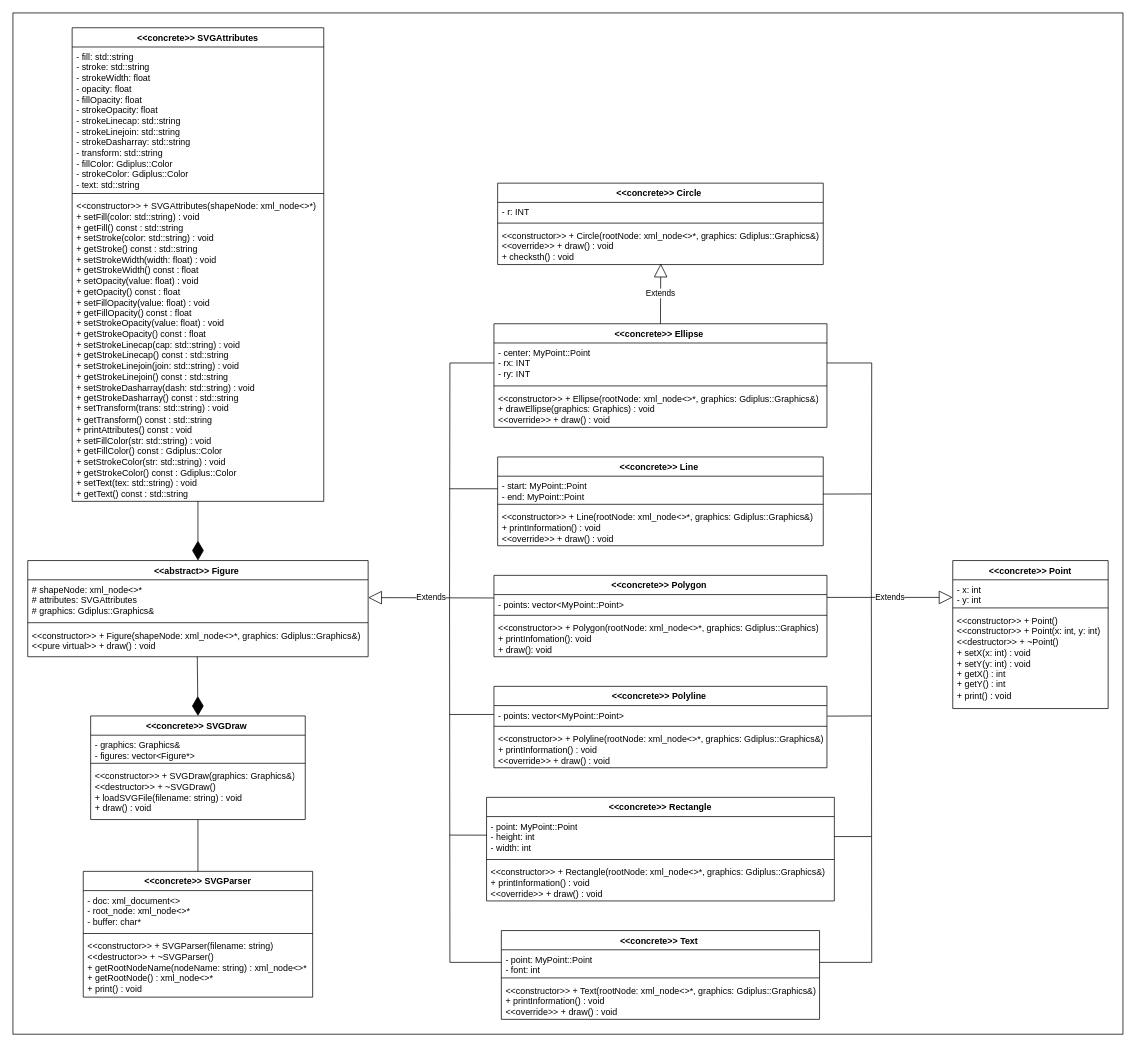
Above: OOP_Project.drawio in lazymingg/SVGReader (draw.io), before the change. Source tidied: cells renumbered, new cells numbered last; positions are measured from the earlier drawing's top-left corner, leaving out a move shared by most shapes. Both pictures are drawn from the tidied source at 74%, with x=0, y=0 at pixel (13, 13).
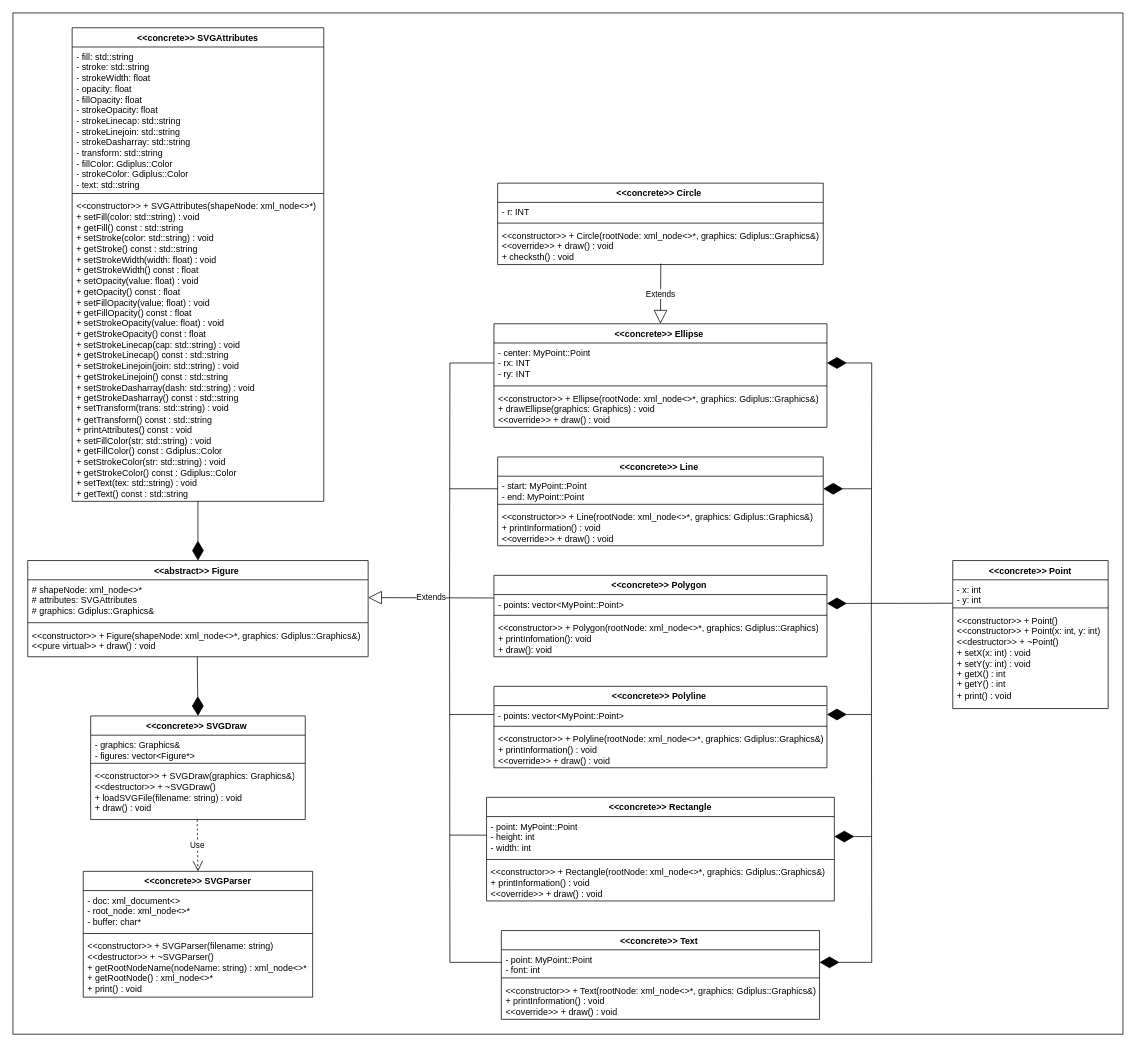
The same diagram, later.

Commit message (it also covers changes not shown here):
fixed: class diagram

The change refers to these unchanged cells:
```xml
<mxCell id="4" value="&lt;div&gt;- x: int&lt;/div&gt;&lt;div&gt;- y: int&lt;/div&gt;" style="text;strokeColor=none;fillColor=none;align=left;verticalAlign=top;spacingLeft=4;spacingRight=4;overflow=hidden;points=[[0,0.5],[1,0.5]];portConstraint=eastwest;whiteSpace=wrap;html=1;" parent="3" vertex="1">
  <mxGeometry y="26" width="210" height="34" as="geometry" />
</mxCell>
<mxCell id="7" value="                     &amp;lt;&amp;lt;concrete&amp;gt;&amp;gt;      SVGParser&lt;div&gt;&lt;br/&gt;&lt;/div&gt;" style="swimlane;fontStyle=1;align=center;verticalAlign=top;horizontal=1;startSize=26;whiteSpace=wrap;html=1;" parent="1" vertex="1">
  <mxGeometry x="95" y="1160" width="310" height="170" as="geometry" />
</mxCell>
<mxCell id="12" value="&lt;span class=&quot;hljs-bullet&quot;&gt;-&lt;/span&gt; point: MyPoint::Point&lt;br/&gt;&lt;span class=&quot;hljs-section&quot;&gt;- font: int&lt;/span&gt;" style="text;strokeColor=none;fillColor=none;align=left;verticalAlign=top;spacingLeft=4;spacingRight=4;overflow=hidden;points=[[0,0.5],[1,0.5]];portConstraint=eastwest;whiteSpace=wrap;html=1;" parent="11" vertex="1">
  <mxGeometry y="26" width="430" height="34" as="geometry" />
</mxCell>
<mxCell id="20" value="- points: vector&lt;span class=&quot;xml&quot;&gt;&amp;lt;MyPoint::Point&amp;gt;&lt;/span&gt;" style="text;strokeColor=none;fillColor=none;align=left;verticalAlign=top;spacingLeft=4;spacingRight=4;overflow=hidden;points=[[0,0.5],[1,0.5]];portConstraint=eastwest;whiteSpace=wrap;html=1;" parent="19" vertex="1">
  <mxGeometry y="26" width="450" height="24" as="geometry" />
</mxCell>
<mxCell id="24" value="&lt;span class=&quot;hljs-bullet&quot;&gt;-&lt;/span&gt; start: MyPoint::Point&lt;br/&gt;&lt;span class=&quot;hljs-section&quot;&gt;- end: MyPoint::Point&lt;/span&gt;" style="text;strokeColor=none;fillColor=none;align=left;verticalAlign=top;spacingLeft=4;spacingRight=4;overflow=hidden;points=[[0,0.5],[1,0.5]];portConstraint=eastwest;whiteSpace=wrap;html=1;" parent="23" vertex="1">
  <mxGeometry y="26" width="440" height="34" as="geometry" />
</mxCell>
<mxCell id="28" value="- point: MyPoint::Point&lt;br/&gt;- height: &lt;span class=&quot;hljs-type&quot;&gt;int&lt;/span&gt;&lt;br/&gt;- width: &lt;span class=&quot;hljs-type&quot;&gt;int&lt;/span&gt;" style="text;strokeColor=none;fillColor=none;align=left;verticalAlign=top;spacingLeft=4;spacingRight=4;overflow=hidden;points=[[0,0.5],[1,0.5]];portConstraint=eastwest;whiteSpace=wrap;html=1;" parent="27" vertex="1">
  <mxGeometry y="26" width="470" height="54" as="geometry" />
</mxCell>
<mxCell id="32" value="- points: vector&lt;span class=&quot;xml&quot;&gt;&amp;lt;MyPoint::Point&amp;gt;&lt;/span&gt;" style="text;strokeColor=none;fillColor=none;align=left;verticalAlign=top;spacingLeft=4;spacingRight=4;overflow=hidden;points=[[0,0.5],[1,0.5]];portConstraint=eastwest;whiteSpace=wrap;html=1;" parent="31" vertex="1">
  <mxGeometry y="26" width="450" height="24" as="geometry" />
</mxCell>
<mxCell id="35" value="&amp;lt;&lt;span class=&quot;xml&quot;&gt;&amp;lt;&lt;span class=&quot;hljs-name&quot;&gt;concrete&lt;/span&gt;&amp;gt;&lt;/span&gt;&amp;gt;       Ellipse&amp;nbsp;" style="swimlane;fontStyle=1;align=center;verticalAlign=top;horizontal=1;startSize=26;whiteSpace=wrap;html=1;" parent="1" vertex="1">
  <mxGeometry x="650" y="420" width="450" height="140" as="geometry" />
</mxCell>
<mxCell id="36" value="&lt;span class=&quot;hljs-bullet&quot;&gt;-&lt;/span&gt; center: MyPoint::Point&lt;br/&gt;&lt;span class=&quot;hljs-bullet&quot;&gt;-&lt;/span&gt; rx: INT&lt;br/&gt;&lt;span class=&quot;hljs-section&quot;&gt;- ry: INT&lt;/span&gt;" style="text;strokeColor=none;fillColor=none;align=left;verticalAlign=top;spacingLeft=4;spacingRight=4;overflow=hidden;points=[[0,0.5],[1,0.5]];portConstraint=eastwest;whiteSpace=wrap;html=1;" parent="35" vertex="1">
  <mxGeometry y="26" width="450" height="54" as="geometry" />
</mxCell>
<mxCell id="42" value="&amp;lt;&lt;span class=&quot;xml&quot;&gt;&amp;lt;&lt;span class=&quot;hljs-name&quot;&gt;constructor&lt;/span&gt;&amp;gt;&lt;/span&gt;&amp;gt; + Circle(rootNode: xml&lt;span class=&quot;hljs-emphasis&quot;&gt;_node&amp;lt;&amp;gt;*, graphics: Gdiplus::Graphics&amp;amp;)&lt;br/&gt;&amp;lt;&lt;span class=&quot;xml&quot;&gt;&lt;span class=&quot;hljs-tag&quot;&gt;&amp;lt;&lt;span class=&quot;hljs-name&quot;&gt;override&lt;/span&gt;&amp;gt;&lt;/span&gt;&lt;/span&gt;&amp;gt; + draw() : void&lt;br/&gt;+ checksth() : void&lt;/span&gt;" style="text;strokeColor=none;fillColor=none;align=left;verticalAlign=top;spacingLeft=4;spacingRight=4;overflow=hidden;points=[[0,0.5],[1,0.5]];portConstraint=eastwest;whiteSpace=wrap;html=1;" parent="39" vertex="1">
  <mxGeometry y="58" width="440" height="52" as="geometry" />
</mxCell>
```

Diff of the diagram source:
```diff
@@
-    <mxCell id="2" style="rounded=0;whiteSpace=wrap;html=1;" parent="1" vertex="1">
-      <mxGeometry width="1500" height="1380" as="geometry" />
-    </mxCell>
+    <mxCell id="67" style="rounded=0;whiteSpace=wrap;html=1;" parent="1" vertex="1">
+      <mxGeometry width="1500" height="1380" as="geometry" />
+    </mxCell>
@@
-    <mxCell id="43" value="Extends" style="endArrow=block;endSize=16;endFill=0;html=1;rounded=0;exitX=0.5;exitY=0;exitDx=0;exitDy=0;entryX=0.501;entryY=0.975;entryDx=0;entryDy=0;entryPerimeter=0;" parent="1" edge="1" source="35" target="42">
-      <mxGeometry relative="1" as="geometry" />
-    </mxCell>
@@
-    <mxCell id="50" value="Extends" style="endArrow=block;endSize=16;endFill=0;html=1;rounded=0;exitX=1;exitY=0.159;exitDx=0;exitDy=0;entryX=-0.001;entryY=0.7;entryDx=0;entryDy=0;entryPerimeter=0;exitPerimeter=0;" parent="1" edge="1" source="20" target="4">
-      <mxGeometry relative="1" as="geometry" />
-    </mxCell>
-    <mxCell id="51" style="endArrow=none;html=1;rounded=0;entryX=1;entryY=0.5;entryDx=0;entryDy=0;edgeStyle=orthogonalEdgeStyle;" parent="1" edge="1" target="36">
-      <mxGeometry relative="1" as="geometry">
-        <mxPoint x="1160" y="790" as="sourcePoint" />
-      </mxGeometry>
-    </mxCell>
-    <mxCell id="52" style="endArrow=none;html=1;rounded=0;entryX=0.999;entryY=0.711;entryDx=0;entryDy=0;entryPerimeter=0;" parent="1" edge="1" target="24">
-      <mxGeometry relative="1" as="geometry">
-        <mxPoint x="1160" y="650" as="sourcePoint" />
-      </mxGeometry>
-    </mxCell>
-    <mxCell id="53" style="endArrow=none;html=1;rounded=0;entryX=1;entryY=0.5;entryDx=0;entryDy=0;edgeStyle=orthogonalEdgeStyle;" parent="1" edge="1" target="12">
-      <mxGeometry relative="1" as="geometry">
-        <mxPoint x="1160" y="790" as="sourcePoint" />
-      </mxGeometry>
-    </mxCell>
-    <mxCell id="54" style="endArrow=none;html=1;rounded=0;entryX=1.001;entryY=0.593;entryDx=0;entryDy=0;entryPerimeter=0;" parent="1" edge="1" target="32">
-      <mxGeometry relative="1" as="geometry">
-        <mxPoint x="1160" y="950" as="sourcePoint" />
-      </mxGeometry>
-    </mxCell>
-    <mxCell id="55" style="endArrow=none;html=1;rounded=0;entryX=1;entryY=0.5;entryDx=0;entryDy=0;" parent="1" edge="1" target="28">
-      <mxGeometry relative="1" as="geometry">
-        <mxPoint x="1160" y="1113" as="sourcePoint" />
-      </mxGeometry>
-    </mxCell>
@@
-    <mxCell id="57" style="endArrow=none;html=1;rounded=0;" parent="1" edge="1">
-      <mxGeometry relative="1" as="geometry">
-        <mxPoint x="250" y="1160" as="sourcePoint" />
-        <mxPoint x="250" y="1090" as="targetPoint" />
-      </mxGeometry>
-    </mxCell>
@@
+    <mxCell id="68" style="endArrow=diamondThin;endFill=1;endSize=24;html=1;rounded=0;entryX=1;entryY=0.5;entryDx=0;entryDy=0;exitX=-0.002;exitY=0.932;exitDx=0;exitDy=0;exitPerimeter=0;" parent="1" edge="1" source="4" target="20">
+      <mxGeometry relative="1" as="geometry" />
+    </mxCell>
+    <mxCell id="69" style="endArrow=diamondThin;endFill=1;endSize=24;html=1;rounded=0;entryX=1;entryY=0.5;entryDx=0;entryDy=0;" parent="1" edge="1" target="24">
+      <mxGeometry relative="1" as="geometry">
+        <mxPoint x="1160" y="643" as="sourcePoint" />
+      </mxGeometry>
+    </mxCell>
+    <mxCell id="70" style="endArrow=diamondThin;endFill=1;endSize=24;html=1;rounded=0;entryX=1;entryY=0.5;entryDx=0;entryDy=0;edgeStyle=orthogonalEdgeStyle;" parent="1" edge="1" target="12">
+      <mxGeometry relative="1" as="geometry">
+        <mxPoint x="1160" y="800" as="sourcePoint" />
+      </mxGeometry>
+    </mxCell>
+    <mxCell id="71" style="endArrow=diamondThin;endFill=1;endSize=24;html=1;rounded=0;entryX=1;entryY=0.5;entryDx=0;entryDy=0;" parent="1" edge="1" target="32">
+      <mxGeometry relative="1" as="geometry">
+        <mxPoint x="1160" y="948" as="sourcePoint" />
+      </mxGeometry>
+    </mxCell>
+    <mxCell id="72" style="endArrow=diamondThin;endFill=1;endSize=24;html=1;rounded=0;entryX=1;entryY=0.5;entryDx=0;entryDy=0;" parent="1" edge="1" target="28">
+      <mxGeometry relative="1" as="geometry">
+        <mxPoint x="1160" y="1113" as="sourcePoint" />
+      </mxGeometry>
+    </mxCell>
+    <mxCell id="73" style="endArrow=diamondThin;endFill=1;endSize=24;html=1;rounded=0;entryX=1;entryY=0.5;entryDx=0;entryDy=0;edgeStyle=orthogonalEdgeStyle;" parent="1" edge="1" target="36">
+      <mxGeometry relative="1" as="geometry">
+        <mxPoint x="1160" y="800" as="sourcePoint" />
+      </mxGeometry>
+    </mxCell>
+    <mxCell id="43" value="Extends" style="endArrow=block;endSize=16;endFill=0;html=1;rounded=0;exitX=0.501;exitY=0.975;exitDx=0;exitDy=0;entryX=0.5;entryY=0;entryDx=0;entryDy=0;exitPerimeter=0;" parent="1" edge="1" source="42" target="35">
+      <mxGeometry relative="1" as="geometry" />
+    </mxCell>
+    <mxCell id="74" value="Use" style="endArrow=open;endSize=12;dashed=1;html=1;rounded=0;entryX=0.5;entryY=0;entryDx=0;entryDy=0;" parent="1" edge="1" target="7">
+      <mxGeometry relative="1" as="geometry">
+        <mxPoint x="249" y="1090" as="sourcePoint" />
+      </mxGeometry>
+    </mxCell>
```
